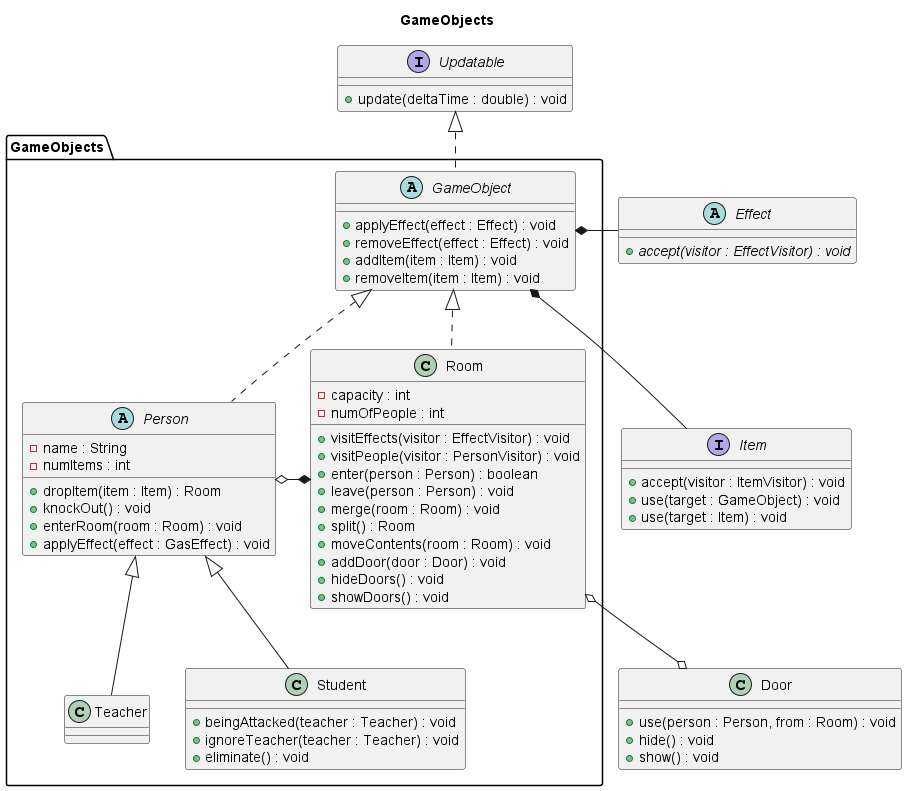
The PlantUML diagram docs/img/diagrams/class/game-objects.png in sn4k3ch4rm3r/logarlec, before a commit. The source it was exported from:
```plantuml
@startuml game-objects

title GameObjects
package GameObjects {
	abstract GameObject {
		+ applyEffect(effect : Effect) : void
		+ removeEffect(effect : Effect) : void
		+ addItem(item : Item) : void
		+ removeItem(item : Item) : void
	}

	abstract Person {
		- name : String
		- numItems : int
		+ dropItem(item : Item) : Room
		+ knockOut() : void
		+ enterRoom(room : Room) : void
		+ applyEffect(effect : GasEffect) : void
	}

	class Student {
		+ beingAttacked(teacher : Teacher) : void
		+ ignoreTeacher(teacher : Teacher) : void
		+ eliminate() : void
	}
	class Teacher

	class Room {
		- capacity : int
		- numOfPeople : int
		+ visitEffects(visitor : EffectVisitor) : void
		+ visitPeople(visitor : PersonVisitor) : void
		+ enter(person : Person) : boolean
		+ leave(person : Person) : void
		+ merge(room : Room) : void
		+ split() : Room
		+ moveContents(room : Room) : void
		+ addDoor(door : Door) : void
		+ hideDoors() : void
		+ showDoors() : void
	}
}

interface Updatable {
	+ update(deltaTime : double) : void
}
interface Item {
	+ accept(visitor : ItemVisitor) : void
	+ use(target : GameObject) : void
	+ use(target : Item) : void
}
abstract Effect {
	{abstract} + accept(visitor : EffectVisitor) : void
}

class Door {
	+ use(person : Person, from : Room) : void
	+ hide() : void
	+ show() : void
}

Updatable <|.- GameObject
GameObject <|.- Person
GameObject <|.- Room
Person <|-- Teacher
Person <|-- Student


GameObject *- Effect
GameObject *-- Item

Room *-o Person
Room o--o Door

@enduml
```
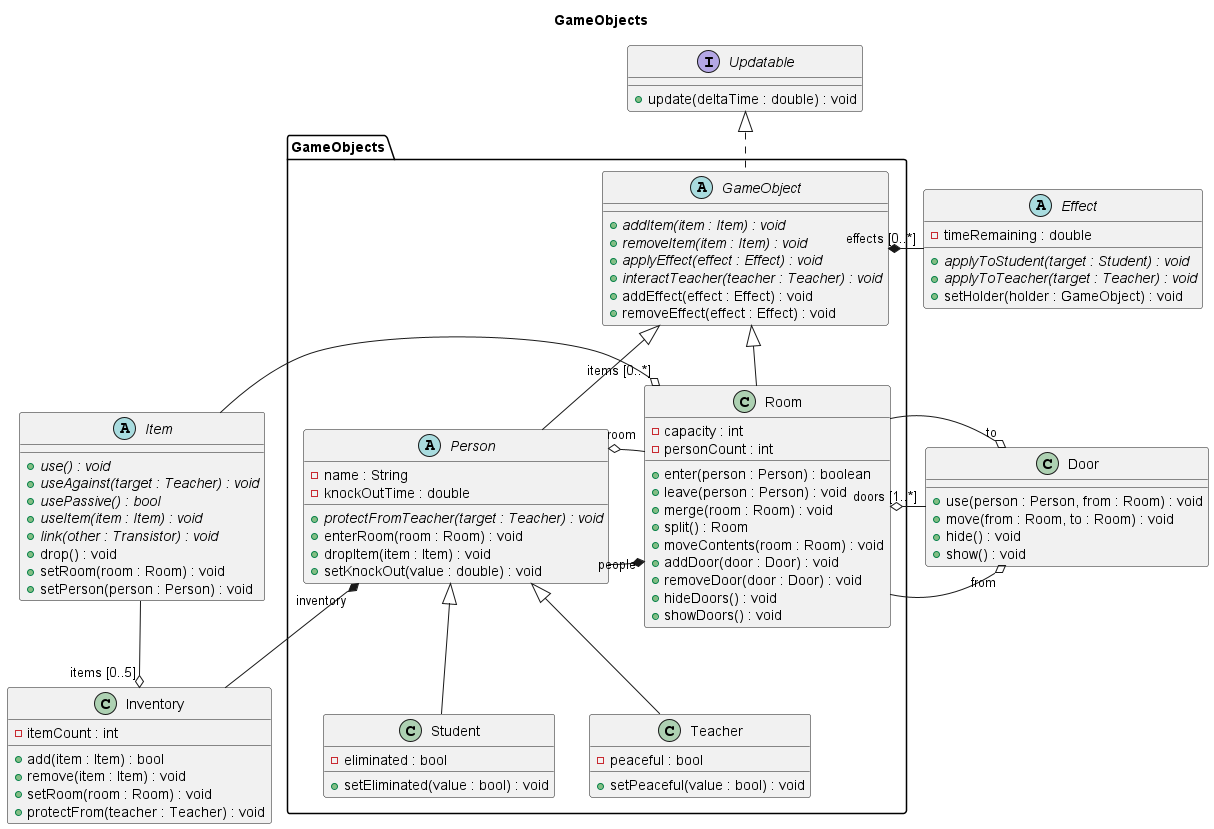
The same file after the commit.

The edit, as a diff of the source:
```diff
@@ -1,75 +1,103 @@
 @startuml game-objects
 
 title GameObjects
+
 package GameObjects {
 	abstract GameObject {
-		+ applyEffect(effect : Effect) : void
+		+ {abstract} addItem(item : Item) : void
+		+ {abstract} removeItem(item : Item) : void
+		+ {abstract} applyEffect(effect : Effect) : void
+		+ {abstract} interactTeacher(teacher : Teacher) : void
+		+ addEffect(effect : Effect) : void
 		+ removeEffect(effect : Effect) : void
-		+ addItem(item : Item) : void
-		+ removeItem(item : Item) : void
 	}
 
 	abstract Person {
 		- name : String
-		- numItems : int
-		+ dropItem(item : Item) : Room
-		+ knockOut() : void
+		- knockOutTime : double
+		+ {abstract} protectFromTeacher(target : Teacher) : void
 		+ enterRoom(room : Room) : void
-		+ applyEffect(effect : GasEffect) : void
+		+ dropItem(item : Item) : void
+		+ setKnockOut(value : double) : void
 	}
 
 	class Student {
-		+ beingAttacked(teacher : Teacher) : void
-		+ ignoreTeacher(teacher : Teacher) : void
-		+ eliminate() : void
+		- eliminated : bool
+		+ setEliminated(value : bool) : void
 	}
-	class Teacher
+	class Teacher {
+		- peaceful : bool
+		+ setPeaceful(value : bool) : void
+	}
 
 	class Room {
 		- capacity : int
-		- numOfPeople : int
-		+ visitEffects(visitor : EffectVisitor) : void
-		+ visitPeople(visitor : PersonVisitor) : void
+		- personCount : int
 		+ enter(person : Person) : boolean
 		+ leave(person : Person) : void
 		+ merge(room : Room) : void
 		+ split() : Room
 		+ moveContents(room : Room) : void
 		+ addDoor(door : Door) : void
+		+ removeDoor(door : Door) : void
 		+ hideDoors() : void
 		+ showDoors() : void
 	}
+
 }
 
 interface Updatable {
 	+ update(deltaTime : double) : void
 }
-interface Item {
-	+ accept(visitor : ItemVisitor) : void
-	+ use(target : GameObject) : void
-	+ use(target : Item) : void
-}
-abstract Effect {
-	{abstract} + accept(visitor : EffectVisitor) : void
-}
 
 class Door {
 	+ use(person : Person, from : Room) : void
+	+ move(from : Room, to : Room) : void
 	+ hide() : void
 	+ show() : void
 }
 
+class Inventory {
+	- itemCount : int
+	+ add(item : Item) : bool
+	+ remove(item : Item) : void
+	+ setRoom(room : Room) : void
+	+ protectFrom(teacher : Teacher) : void
+}
+
+abstract Effect {
+	- timeRemaining : double
+	+ {abstract} applyToStudent(target : Student) : void
+	+ {abstract} applyToTeacher(target : Teacher) : void
+	+ setHolder(holder : GameObject) : void
+}
+
+abstract Item {
+	+ {abstract} use() : void
+	+ {abstract} useAgainst(target : Teacher) : void
+	+ {abstract} usePassive() : bool
+	+ {abstract} useItem(item : Item) : void
+	+ {abstract} link(other : Transistor) : void
+	+ drop() : void
+	+ setRoom(room : Room) : void
+	+ setPerson(person : Person) : void
+}
+
 Updatable <|.- GameObject
-GameObject <|.- Person
-GameObject <|.- Room
+GameObject <|-- Person
+GameObject <|-- Room
 Person <|-- Teacher
 Person <|-- Student
 
+Room "people" *-left- Person
+Person "room" o-right- Room
+Room "doors [1..*]" o-- Door
+Person "inventory" *-- Inventory
+Room "items [0..*]" o- Item
+GameObject "effects [0..*]" *-left- Effect
 
-GameObject *- Effect
-GameObject *-- Item
-
-Room *-o Person
-Room o--o Door
+Door "from" o- Room
+Door "to" o- Room
+Inventory "items [0..5]" o-up- Item
 
 @enduml
```
